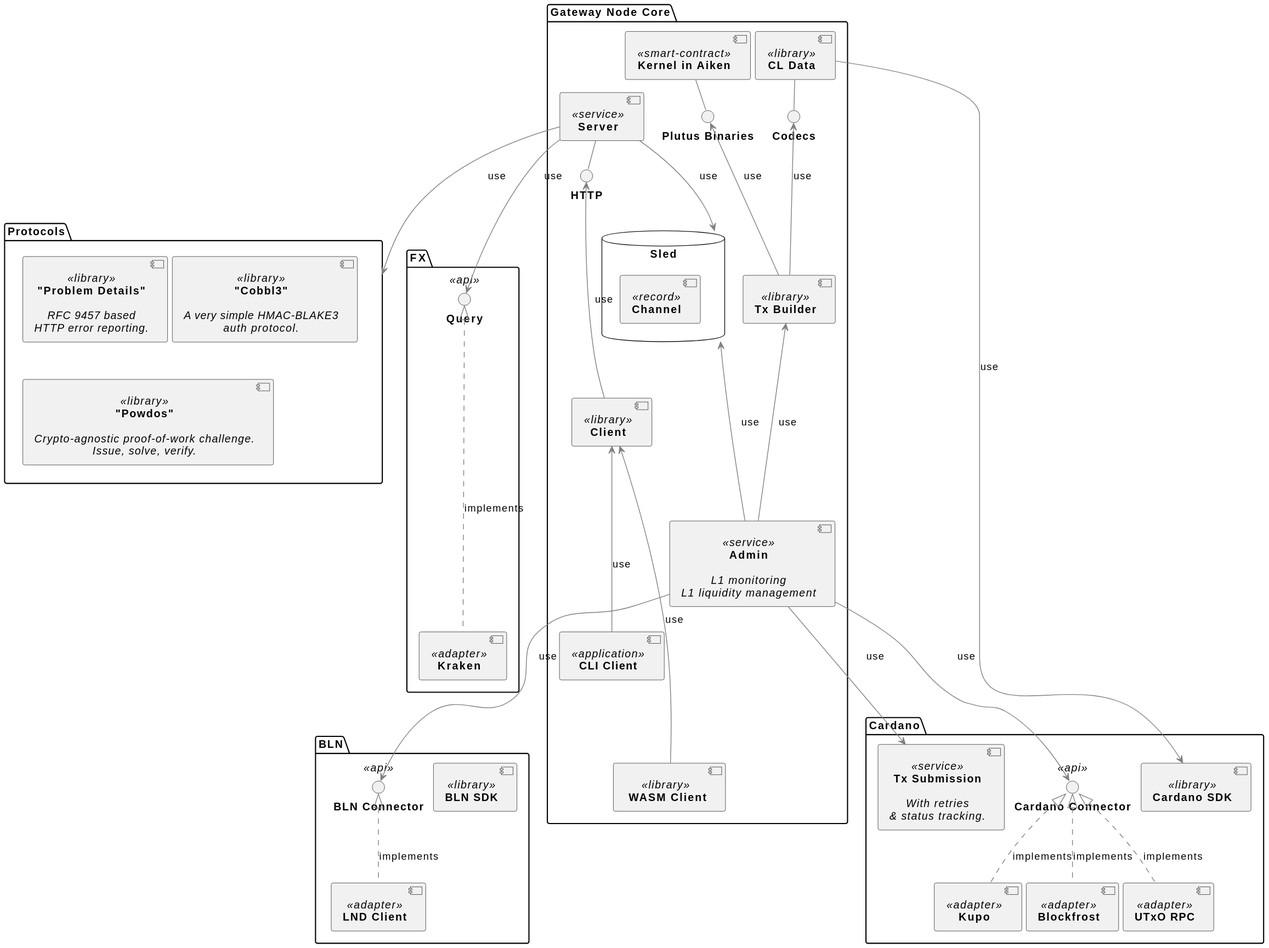
Earlier version of the PlantUML export milestone-3/konduit/components-3.0.svg (cardano-lightning/cardano-lightning).
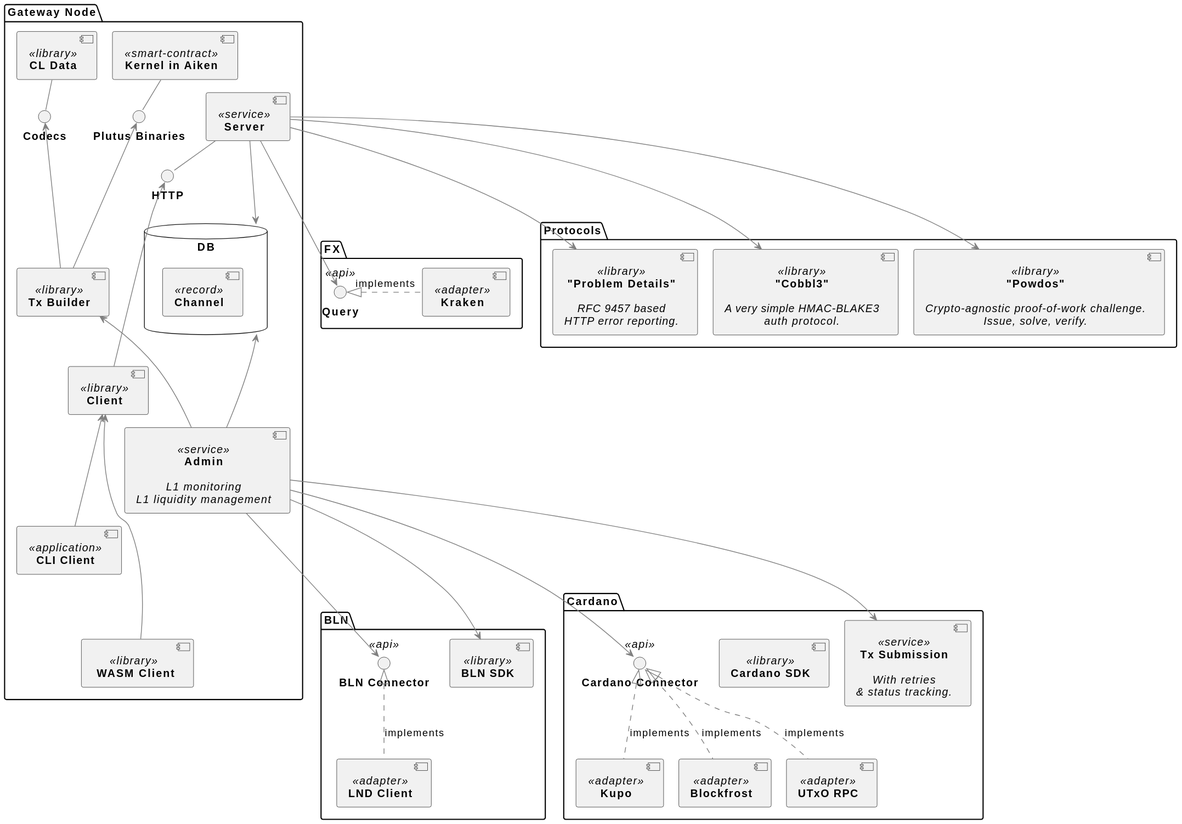
Later version of the same file.

Diff of the diagram source:
```diff
@@ -1,8 +1,9 @@
 @startuml
 skinparam componentStyle uml2
 skinparam shadowing false
-skinparam nodesep 6
-skinparam ranksep 5
+skinparam nodesep 20
+skinparam ranksep 10
+
 
 <style>
 component {
@@ -15,9 +16,8 @@
 
 </style>
 
-package "Gateway Node Core" as CLNode {
-
-    database Sled as DB {
+package "Gateway Node" as CLNode {
+    database DB as DB {
       component ChannelInfo <<record>> [
         <b>Channel
       ]
@@ -26,7 +26,7 @@
     component Server <<service>> [
         <b>Server
     ]
-    Server -d--> DB: use
+    Server -d--> DB
 
     interface "<b>HTTP" as HTTP
     component Client <<library>> [
@@ -38,9 +38,9 @@
     component WASM <<library>> [
       <b> WASM Client
     ]
-    CLI -u--> Client: use
-    WASM -u---> Client: use
-    Client -u-->HTTP: use
+    CLI -u--> Client
+    WASM -u---> Client
+    Client -u-->HTTP
     Server -d- HTTP
 
     component Kernel <<smart-contract>> [
@@ -53,7 +53,7 @@
         <b>Tx Builder
     ]
 
-    TxBuilder -u--> PlutusBinaries: use
+    TxBuilder -u--> PlutusBinaries
 
     component CLData <<library>> [
       <b>CL Data
@@ -63,7 +63,7 @@
 
     Codecs -u- CLData
 
-    TxBuilder -u--> Codecs: use
+    TxBuilder -u--> Codecs
 
     component Admin <<service>> [
       <b>Admin
@@ -72,79 +72,83 @@
       <i>L1 liquidity management
     ]
 
-    Admin -u--> TxBuilder: use
+    Admin -u--> TxBuilder
 
-    Admin -u--> DB: use
+    Admin -u--> DB
+}
+
+package Protocols as Protocols {
+  component ProblemDetails <<library>> [
+    <b>"Problem Details"
+
+    <i>RFC 9457 based
+    <i>HTTP error reporting.
+  ]
+
+  component Cobbl3 <<library>> [
+    <b>"Cobbl3"
+
+    <i>A very simple HMAC-BLAKE3
+    <i>auth protocol.
+  ]
+
+  component Powdos <<library>> [
+    <b>"Powdos"
+
+    <i>Crypto-agnostic proof-of-work challenge.
+    <i>Issue, solve, verify.
+  ]
+
+}
+
+package "<b>FX</b>" as FX {
+  interface "<b>Query</b>" as FXAPI <<api>>
+  component "<b>Kraken</b>" as Kraken <<adapter>>
+  Kraken -l-..|> FXAPI: implements
 }
 
 
-  package Protocols as Protocols {
-    component ProblemDetails <<library>> [
-      <b>"Problem Details"
+  package "BLN" as BLN {
+    component "<b>BLN SDK</b>" as BLNSDK <<library>>
 
-      <i>RFC 9457 based
-      <i>HTTP error reporting.
-    ]
-
-    component Cobbl3 <<library>> [
-      <b>"Cobbl3"
-
-      <i>A very simple HMAC-BLAKE3
-      <i>auth protocol.
-    ]
-
-    component Powdos <<library>> [
-      <b>"Powdos"
-
-      <i>Crypto-agnostic proof-of-work challenge.
-      <i>Issue, solve, verify.
-    ]
-
-  }
-
-  package "<b>FX</b>" as FX {
-    interface "<b>Query</b>" as FXAPI <<api>>
-    component "<b>Kraken</b>" as Kraken <<adapter>>
-    Kraken -u-..|> FXAPI: implements
-  }
-
-  package Cardano as Cardano {
-    interface "<b>Cardano Connector</b>" as CardanoConnector <<api>>
-
-    component "<b>Blockfrost" as BlockfrostAdapter <<adapter>>
-    component "<b>UTxO RPC" as UTxORPCAdapter <<adapter>>
-    component "<b>Kupo" as KupoAdapter <<adapter>>
-
-    BlockfrostAdapter -u-..|> CardanoConnector: implements
-    UTxORPCAdapter -u-..|> CardanoConnector: implements
-    KupoAdapter -u-..|> CardanoConnector: implements
-
-    component CardanoSDK <<library>> [
-      <b>Cardano SDK</b>
-    ]
-
-    component TxSubmission <<service>> [
-      <b>Tx Submission
-
-      <i>With retries
-      <i>& status tracking.
-    ]
-  }
-
-  package "BLN" as BLN {
     interface "<b>BLN Connector</b>" as BLNConnector <<api>>
     component "<b>LND Client</b>" as LndAdapter <<adapter>>
     LndAdapter -u-..|> BLNConnector: implements
 
-    component "<b>BLN SDK</b>" <<library>>
   }
 
+package Cardano as Cardano {
+  interface "<b>Cardano Connector</b>" as CardanoConnector <<api>>
 
-CLData -d--> CardanoSDK: use
-Admin -d--> CardanoConnector: use
-Admin -d--> TxSubmission: use
-Admin -d--> BLNConnector: use
+  component "<b>Blockfrost" as BlockfrostAdapter <<adapter>>
+  component "<b>UTxO RPC" as UTxORPCAdapter <<adapter>>
+  component "<b>Kupo" as KupoAdapter <<adapter>>
 
-Server -d--> Protocols: use
-Server -d--> FXAPI: use
+  BlockfrostAdapter -u-..|> CardanoConnector: implements
+  UTxORPCAdapter -u-..|> CardanoConnector: implements
+  KupoAdapter -u-..|> CardanoConnector: implements
+
+  component CardanoSDK <<library>> [
+    <b>Cardano SDK</b>
+  ]
+
+  component TxSubmission <<service>> [
+    <b>Tx Submission
+
+    <i>With retries
+    <i>& status tracking.
+  ]
+}
+
+
+Admin -d--> CardanoConnector
+Admin -d--> TxSubmission
+
+Admin -d--> BLNConnector
+Admin -d--> BLNSDK
+
+Server -d--> ProblemDetails
+Server -d--> Cobbl3
+Server -d--> Powdos
+Server -d--> FXAPI
 @enduml
```
